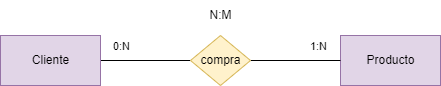
The draw.io diagram tareas/unidad-2/tarea-1/imágenes/ejercicio3.drawio.png in ManuelsDAM/base-datos, before a commit. Source tidied: cells renumbered, new cells last; positions are measured from the earlier drawing's top-left corner, leaving out a move shared by most shapes.
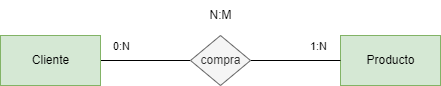
The same diagram one commit later.

What changed in the source:
```diff
@@ -2,7 +2,7 @@
   <root>
     <mxCell id="0" />
     <mxCell id="1" parent="0" />
-    <mxCell id="2" value="Producto" style="html=1;dashed=0;whitespace=wrap;fillColor=#e1d5e7;strokeColor=#9673a6;" parent="1" vertex="1">
+    <mxCell id="2" value="Producto" style="html=1;dashed=0;whitespace=wrap;fillColor=#d5e8d4;strokeColor=#82b366;" parent="1" vertex="1">
       <mxGeometry x="340" y="35" width="100" height="50" as="geometry" />
     </mxCell>
     <mxCell id="3" style="edgeStyle=none;html=1;exitX=1;exitY=0.5;exitDx=0;exitDy=0;entryX=0;entryY=0.5;entryDx=0;entryDy=0;endArrow=none;endFill=0;" parent="1" edge="1" source="9" target="2">
@@ -21,13 +21,13 @@
         <mxPoint x="-8" y="-14" as="offset" />
       </mxGeometry>
     </mxCell>
-    <mxCell id="7" value="Cliente" style="html=1;dashed=0;whitespace=wrap;fillColor=#e1d5e7;strokeColor=#9673a6;" parent="1" vertex="1">
+    <mxCell id="7" value="Cliente" style="html=1;dashed=0;whitespace=wrap;fillColor=#d5e8d4;strokeColor=#82b366;" parent="1" vertex="1">
       <mxGeometry y="35" width="100" height="50" as="geometry" />
     </mxCell>
     <mxCell id="8" style="group;" parent="1" vertex="1">
       <mxGeometry x="190" width="60" height="85" as="geometry" />
     </mxCell>
-    <mxCell id="9" value="compra" style="shape=rhombus;html=1;dashed=0;whitespace=wrap;perimeter=rhombusPerimeter;fillColor=#fff2cc;strokeColor=#d6b656;" parent="8" vertex="1">
+    <mxCell id="9" value="compra" style="shape=rhombus;html=1;dashed=0;whitespace=wrap;perimeter=rhombusPerimeter;fillColor=#f5f5f5;strokeColor=#666666;fontColor=#333333;" parent="8" vertex="1">
       <mxGeometry y="35" width="60" height="50" as="geometry" />
     </mxCell>
     <mxCell id="10" value="N:M" style="text;html=1;align=center;verticalAlign=middle;strokeColor=none;fillColor=none;" parent="8" vertex="1">
```
